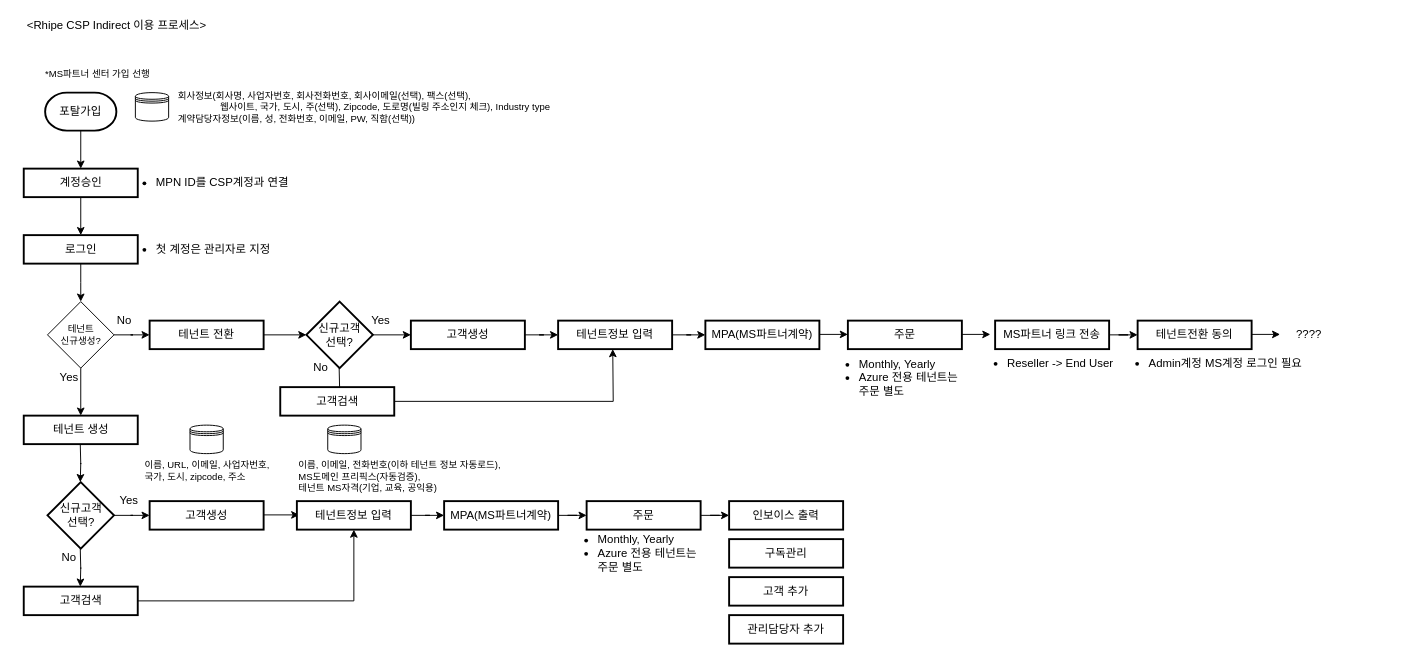
Earlier version of the draw.io diagram Rhipe Flow.drawio (Lucidhomme/TIL). Source tidied: cells renumbered, new cells numbered last; positions are measured from the earlier drawing's top-left corner, leaving out a move shared by most shapes. Both pictures are drawn from the tidied source at 95%, with x=0, y=0 at pixel (16, 16).
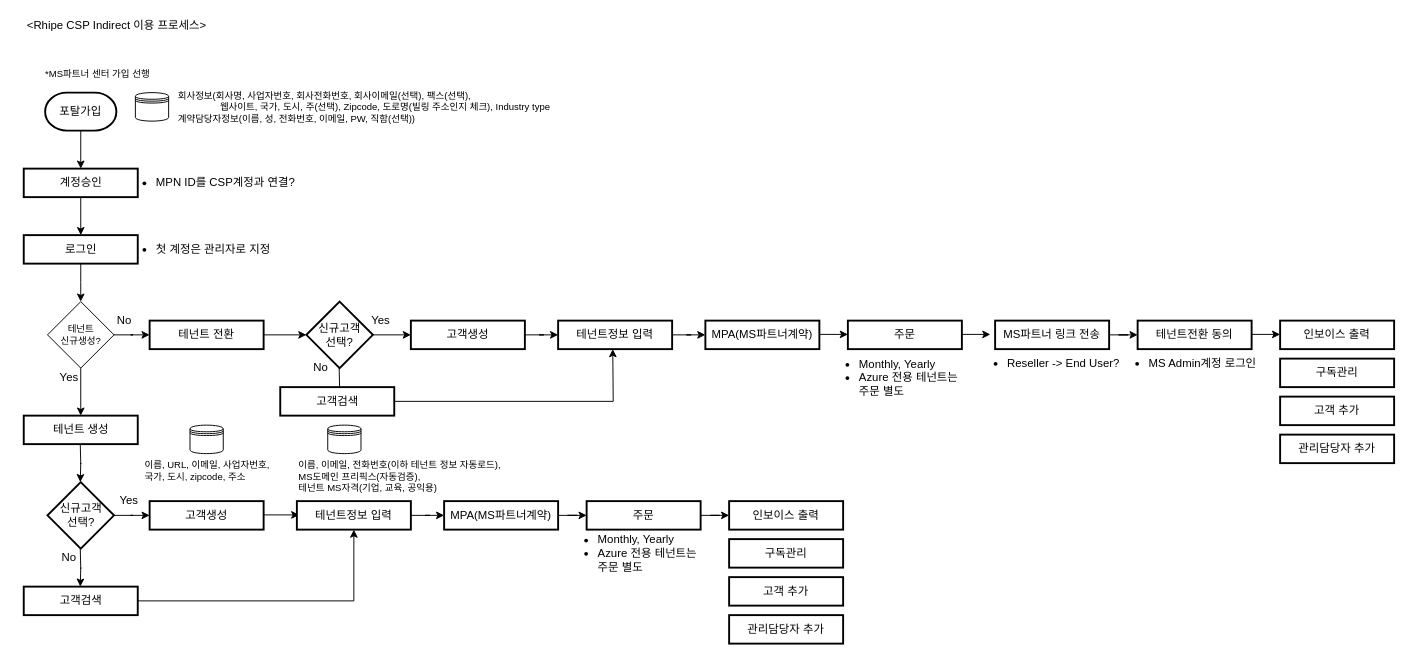
The same page after the edit.

Change to the diagram source:
```diff
@@
-    <mxCell id="10" value="&lt;ul&gt;&lt;li&gt;MPN ID를 CSP계정과 연결&lt;/li&gt;&lt;/ul&gt;" style="text;html=1;align=left;verticalAlign=middle;fillColor=none;strokeColor=none;rounded=0;" parent="1" vertex="1">
-      <mxGeometry x="105" y="155" width="200" height="40" as="geometry" />
+    <mxCell id="10" value="&lt;ul&gt;&lt;li&gt;MPN ID를 CSP계정과 연결?&lt;/li&gt;&lt;/ul&gt;" style="text;html=1;align=left;verticalAlign=middle;fillColor=none;strokeColor=none;rounded=0;" parent="1" vertex="1">
+      <mxGeometry x="105" y="155" width="210" height="40" as="geometry" />
     </mxCell>
@@
-    <mxCell id="61" value="&lt;ul&gt;&lt;li&gt;Admin계정 MS계정 로그인 필요&lt;/li&gt;&lt;/ul&gt;" style="text;html=1;align=left;verticalAlign=middle;fillColor=none;strokeColor=none;rounded=0;" parent="1" vertex="1">
-      <mxGeometry x="1150" y="345" width="230" height="40" as="geometry" />
+    <mxCell id="61" value="&lt;ul&gt;&lt;li&gt;MS Admin계정 로그인&lt;/li&gt;&lt;/ul&gt;" style="text;html=1;align=left;verticalAlign=middle;fillColor=none;strokeColor=none;rounded=0;" parent="1" vertex="1">
+      <mxGeometry x="1150" y="345" width="170" height="40" as="geometry" />
     </mxCell>
@@
-    <mxCell id="65" value="&lt;ul&gt;&lt;li&gt;Reseller -&amp;gt; End User&lt;/li&gt;&lt;/ul&gt;" style="text;html=1;align=left;verticalAlign=middle;fillColor=none;strokeColor=none;rounded=0;" parent="1" vertex="1">
+    <mxCell id="65" value="&lt;ul&gt;&lt;li&gt;Reseller -&amp;gt; End User?&lt;/li&gt;&lt;/ul&gt;" style="text;html=1;align=left;verticalAlign=middle;fillColor=none;strokeColor=none;rounded=0;" parent="1" vertex="1">
       <mxGeometry x="1001" y="345" width="170" height="40" as="geometry" />
     </mxCell>
@@
-    <mxCell id="69" value="????" style="text;html=1;align=center;verticalAlign=middle;fillColor=none;strokeColor=none;rounded=0;" parent="1" vertex="1">
-      <mxGeometry x="1340" y="325" width="40" height="20" as="geometry" />
-    </mxCell>
+    <mxCell id="70" value="인보이스 출력" style="whiteSpace=wrap;html=1;strokeWidth=2;" parent="1" vertex="1">
+      <mxGeometry x="1330" y="320" width="120" height="30" as="geometry" />
+    </mxCell>
+    <mxCell id="71" value="고객 추가" style="whiteSpace=wrap;html=1;strokeWidth=2;" parent="1" vertex="1">
+      <mxGeometry x="1330" y="400" width="120" height="30" as="geometry" />
+    </mxCell>
+    <mxCell id="72" value="관리담당자 추가" style="whiteSpace=wrap;html=1;strokeWidth=2;" parent="1" vertex="1">
+      <mxGeometry x="1330" y="440" width="120" height="30" as="geometry" />
+    </mxCell>
+    <mxCell id="73" value="구독관리" style="whiteSpace=wrap;html=1;strokeWidth=2;" parent="1" vertex="1">
+      <mxGeometry x="1330" y="360" width="120" height="30" as="geometry" />
+    </mxCell>
```
